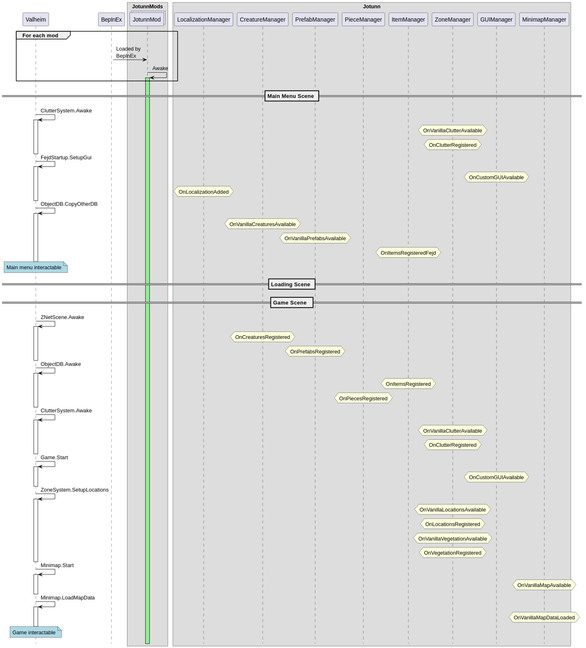
Earlier version of the PlantUML export JotunnLib/Documentation/images/data/eventFlow.svg (Valheim-Modding/Jotunn).
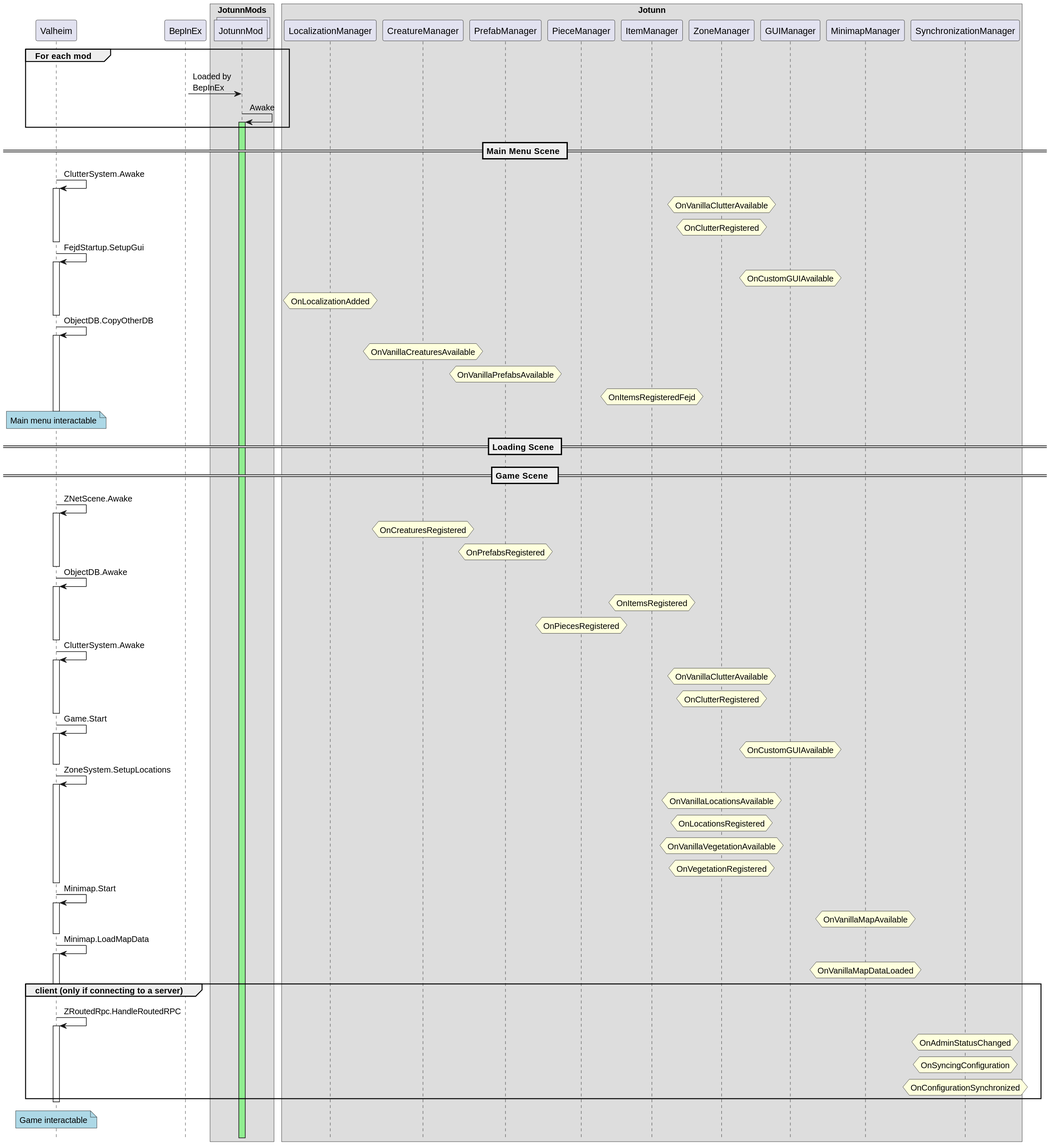
The same diagram one commit later.

Commit message:
docs: added SynchronizationManager events to flow

What changed in the source:
```diff
@@ -18,6 +18,7 @@
     participant ZoneManager
     participant GUIManager
     participant MinimapManager
+    participant SynchronizationManager
 end box
 
 group For each mod
@@ -82,6 +83,13 @@
     hnote over MinimapManager: OnVanillaMapDataLoaded
 deactivate Valheim
 
+group client (only if connecting to a server)
+Valheim -> Valheim++: ZRoutedRpc.HandleRoutedRPC
+    hnote over SynchronizationManager: OnAdminStatusChanged
+    hnote over SynchronizationManager: OnSyncingConfiguration
+    hnote over SynchronizationManager: OnConfigurationSynchronized
+deactivate Valheim
+end group
 
 note over Valheim #lightblue: Game interactable
 @enduml
```
